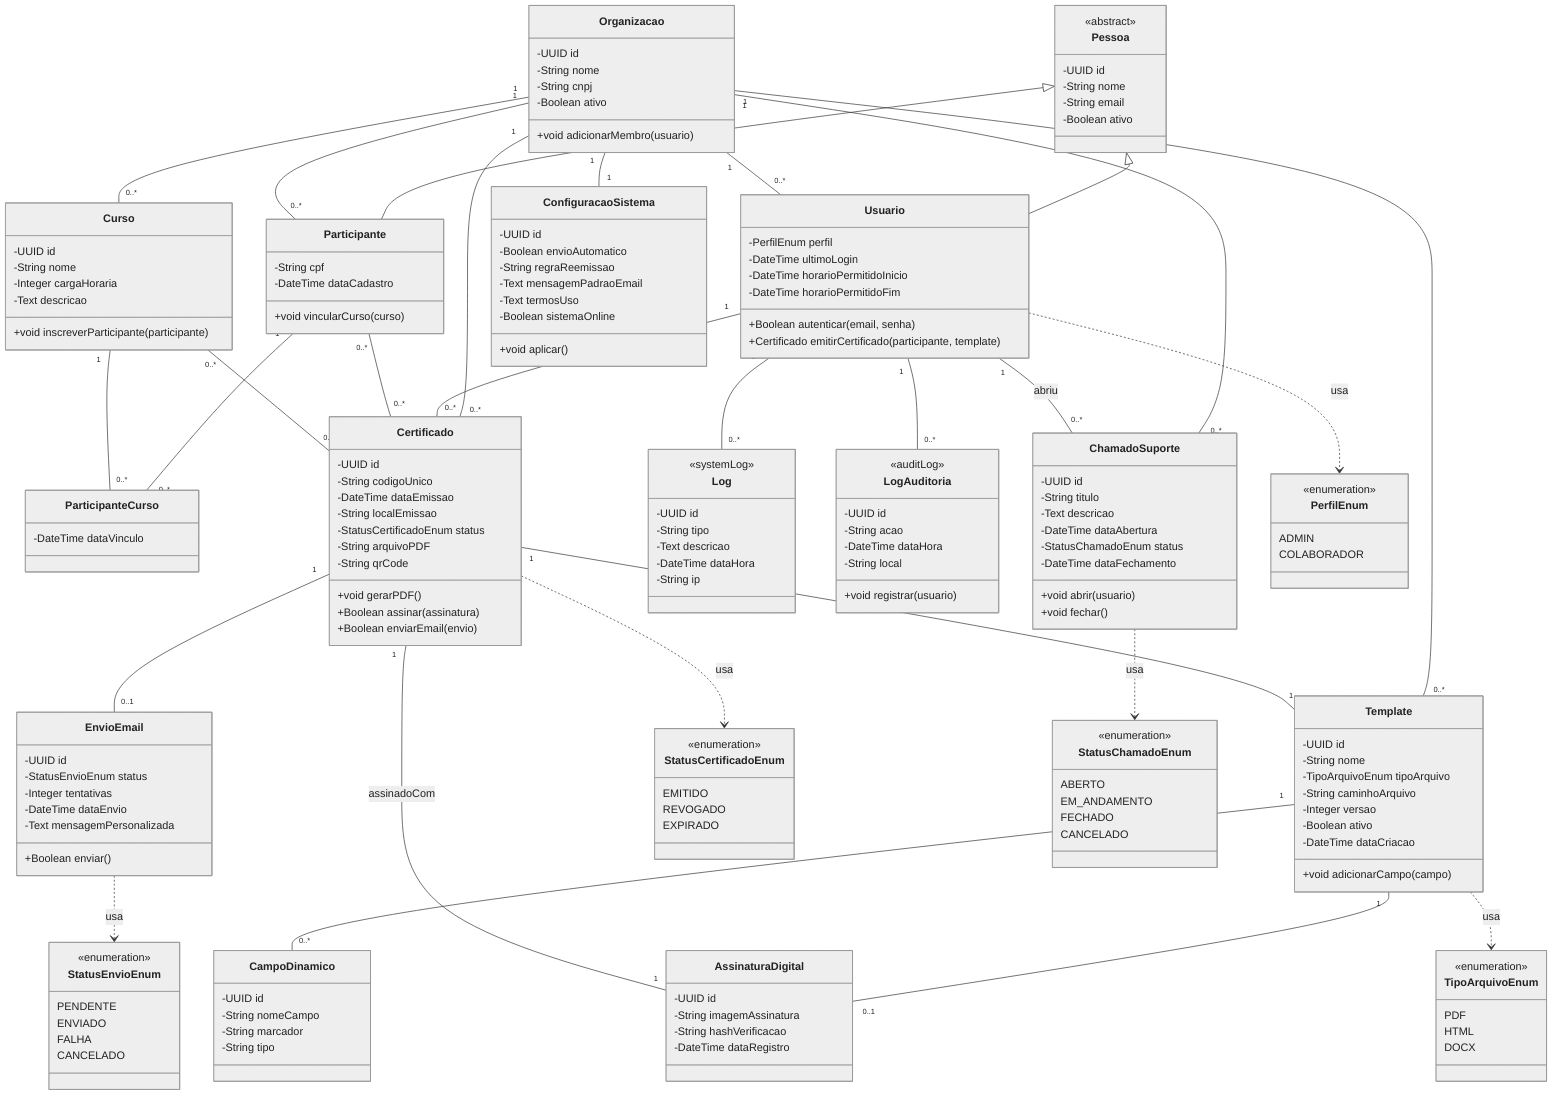
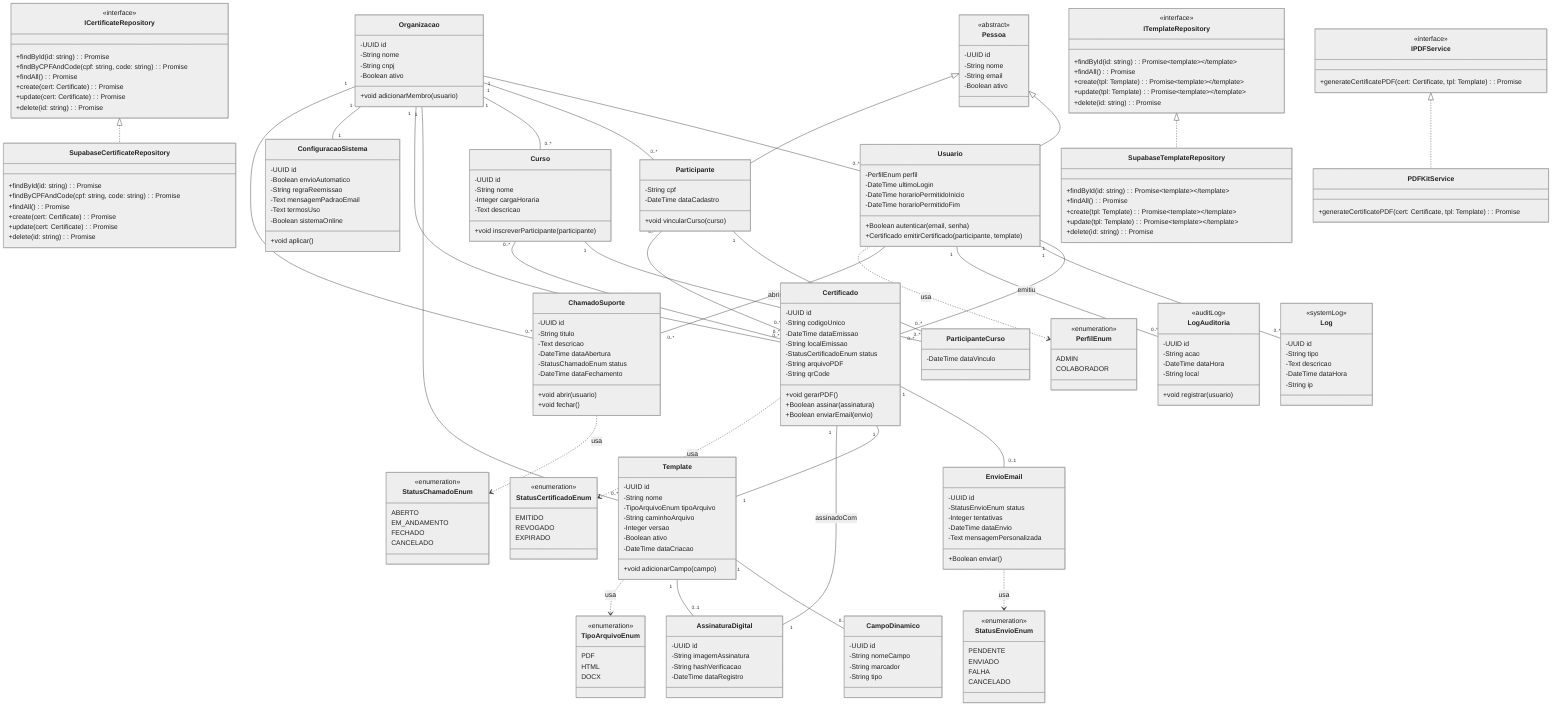
%%{init: {'theme': 'neutral', 'themeVariables': {'lineColor': '#333333', 'primaryTextColor': '#222222', 'primaryColor': '#f4f4f4', 'primaryBorderColor': '#333333', 'secondaryColor': '#ffffff'}}}%%
classDiagram
    class Pessoa {
      <<abstract>>
      -UUID id
      -String nome
      -String email
      -Boolean ativo
    }
    class Usuario {
      -PerfilEnum perfil
      -DateTime ultimoLogin
      -DateTime horarioPermitidoInicio
      -DateTime horarioPermitidoFim
      +Boolean autenticar(email, senha)
      +Certificado emitirCertificado(participante, template)
    }
    class Participante {
      -String cpf
      -DateTime dataCadastro
      +void vincularCurso(curso)
    }
    class Organizacao {
      -UUID id
      -String nome
      -String cnpj
      -Boolean ativo
      +void adicionarMembro(usuario)
    }
    class Curso {
      -UUID id
      -String nome
      -Integer cargaHoraria
      -Text descricao
      +void inscreverParticipante(participante)
    }
    class ParticipanteCurso {
      -DateTime dataVinculo
    }
    class Template {
      -UUID id
      -String nome
      -TipoArquivoEnum tipoArquivo
      -String caminhoArquivo
      -Integer versao
      -Boolean ativo
      -DateTime dataCriacao
      +void adicionarCampo(campo)
    }
    class CampoDinamico {
      -UUID id
      -String nomeCampo
      -String marcador
      -String tipo
    }
    class AssinaturaDigital {
      -UUID id
      -String imagemAssinatura
      -String hashVerificacao
      -DateTime dataRegistro
    }
    class Certificado {
      -UUID id
      -String codigoUnico
      -DateTime dataEmissao
      -String localEmissao
      -StatusCertificadoEnum status
      -String arquivoPDF
      -String qrCode
      +void gerarPDF()
      +Boolean assinar(assinatura)
      +Boolean enviarEmail(envio)
    }
    class EnvioEmail {
      -UUID id
      -StatusEnvioEnum status
      -Integer tentativas
      -DateTime dataEnvio
      -Text mensagemPersonalizada
      +Boolean enviar()
    }
    class Log {
      <<systemLog>>
      -UUID id
      -String tipo
      -Text descricao
      -DateTime dataHora
      -String ip
    }
    class LogAuditoria {
      <<auditLog>>
      -UUID id
      -String acao
      -DateTime dataHora
      -String local
      +void registrar(usuario)
    }
    class ConfiguracaoSistema {
      -UUID id
      -Boolean envioAutomatico
      -String regraReemissao
      -Text mensagemPadraoEmail
      -Text termosUso
      -Boolean sistemaOnline
      +void aplicar()
    }
    class ChamadoSuporte {
      -UUID id
      -String titulo
      -Text descricao
      -DateTime dataAbertura
      -StatusChamadoEnum status
      -DateTime dataFechamento
      +void abrir(usuario)
      +void fechar()
    }

+     class ICertificateRepository {
+       <<interface>>
+       +findById(id: string): Promise<Certificate | null>
+       +findByCPFAndCode(cpf: string, code: string): Promise<Certificate | null>
+       +findAll(): Promise<Certificate[]>
+       +create(cert: Certificate): Promise<Certificate>
+       +update(cert: Certificate): Promise<Certificate>
+       +delete(id: string): Promise<void>
+     }
+     class ITemplateRepository {
+       <<interface>>
+       +findById(id: string): Promise<Template | null>
+       +findAll(): Promise<Template[]>
+       +create(tpl: Template): Promise<Template>
+       +update(tpl: Template): Promise<Template>
+       +delete(id: string): Promise<void>
+     }
+     class IPDFService {
+       <<interface>>
+       +generateCertificatePDF(cert: Certificate, tpl: Template): Promise<Buffer>
+     }
+     class SupabaseCertificateRepository {
+       +findById(id: string): Promise<Certificate | null>
+       +findByCPFAndCode(cpf: string, code: string): Promise<Certificate | null>
+       +findAll(): Promise<Certificate[]>
+       +create(cert: Certificate): Promise<Certificate>
+       +update(cert: Certificate): Promise<Certificate>
+       +delete(id: string): Promise<void>
+     }
+     class SupabaseTemplateRepository {
+       +findById(id: string): Promise<Template | null>
+       +findAll(): Promise<Template[]>
+       +create(tpl: Template): Promise<Template>
+       +update(tpl: Template): Promise<Template>
+       +delete(id: string): Promise<void>
+     }
+     class PDFKitService {
+       +generateCertificatePDF(cert: Certificate, tpl: Template): Promise<Buffer>
+     }
+ 
    class PerfilEnum {
      <<enumeration>>
      ADMIN
      COLABORADOR
    }
    class TipoArquivoEnum {
      <<enumeration>>
      PDF
      HTML
      DOCX
    }
    class StatusCertificadoEnum {
      <<enumeration>>
      EMITIDO
      REVOGADO
      EXPIRADO
    }
    class StatusEnvioEnum {
      <<enumeration>>
      PENDENTE
      ENVIADO
      FALHA
      CANCELADO
    }
    class StatusChamadoEnum {
      <<enumeration>>
      ABERTO
      EM_ANDAMENTO
      FECHADO
      CANCELADO
    }

    Pessoa <|-- Usuario
    Pessoa <|-- Participante

    Organizacao "1" -- "0..*" Usuario
    Organizacao "1" -- "0..*" Participante
    Organizacao "1" -- "0..*" Curso
    Organizacao "1" -- "0..*" Template
    Organizacao "1" -- "0..*" Certificado
    Organizacao "1" -- "1" ConfiguracaoSistema
    Organizacao "1" -- "0..*" ChamadoSuporte

    Participante "1" -- "0..*" ParticipanteCurso
    Curso "1" -- "0..*" ParticipanteCurso
    Template "1" -- "0..*" CampoDinamico
    Template "1" -- "0..1" AssinaturaDigital

    Usuario "1" -- "0..*" Certificado : emitiu
    Usuario "1" -- "0..*" Log
    Usuario "1" -- "0..*" LogAuditoria
    Usuario "1" -- "0..*" ChamadoSuporte : abriu

    Participante "0..*" -- "0..*" Certificado
    Curso "0..*" -- "0..*" Certificado

    Certificado "1" -- "0..1" EnvioEmail
    Certificado "1" -- "1" Template
    Certificado "1" -- "1" AssinaturaDigital : assinadoCom

    Usuario ..> PerfilEnum : usa
    Template ..> TipoArquivoEnum : usa
    Certificado ..> StatusCertificadoEnum : usa
    EnvioEmail ..> StatusEnvioEnum : usa
    ChamadoSuporte ..> StatusChamadoEnum : usa
+ 
+     ICertificateRepository <|.. SupabaseCertificateRepository
+     ITemplateRepository <|.. SupabaseTemplateRepository
+     IPDFService <|.. PDFKitService
